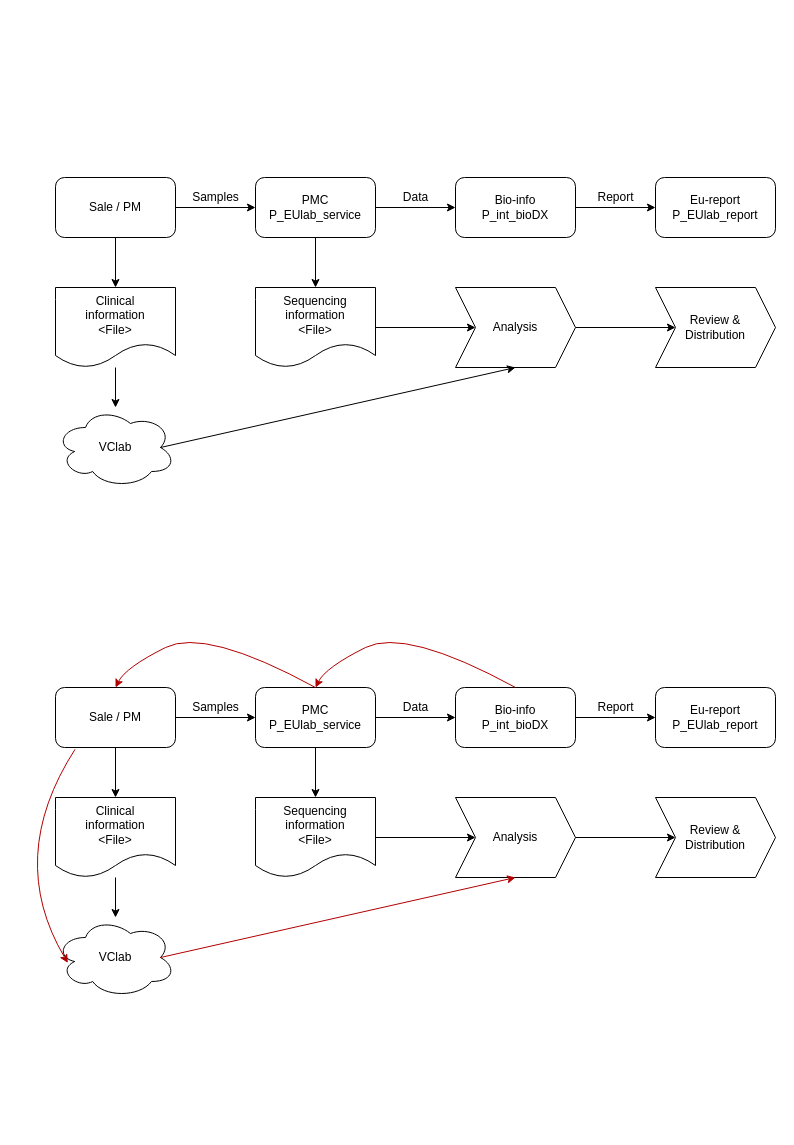
Before: 未命名绘图.drawio in WilliamCharlieBlue/DrawIO, a draw.io diagram. Source tidied: cells renumbered, new cells numbered last; positions are measured from the earlier drawing's top-left corner, leaving out a move shared by most shapes. Both pictures are drawn from the tidied source at 100%, with x=0, y=0 at pixel (5, 177).
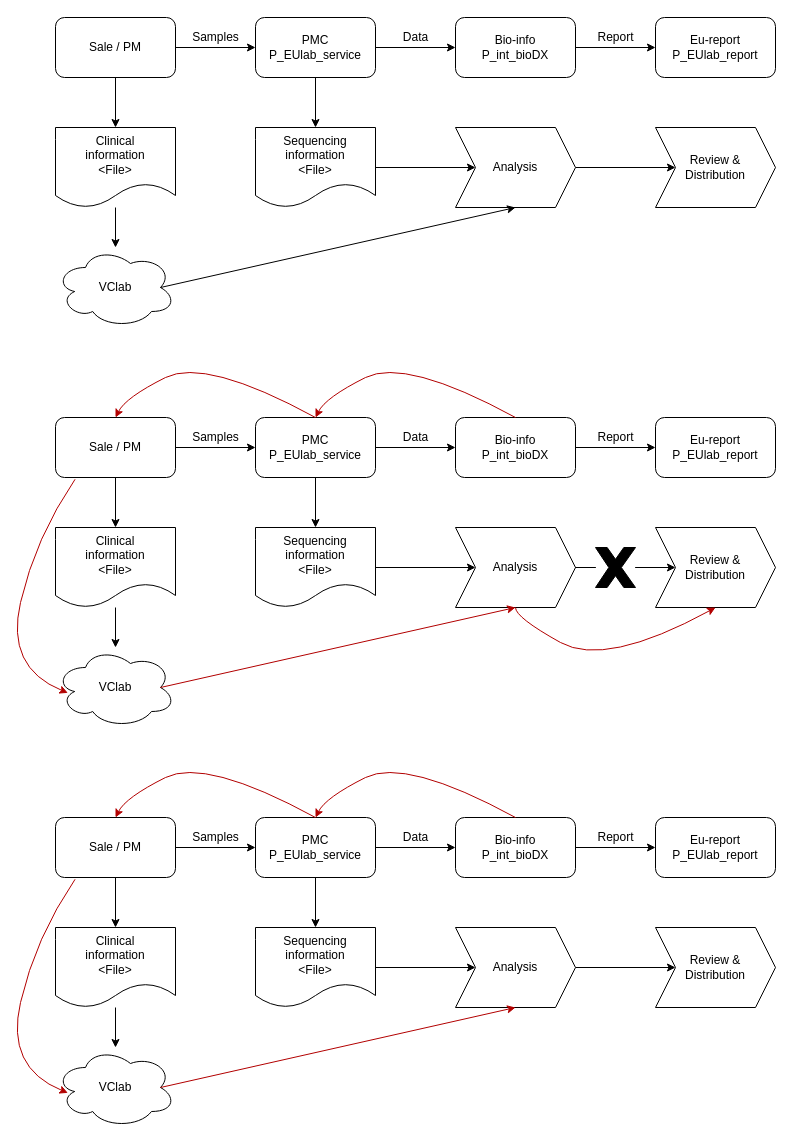
After the change.

Commit message:
更新未命名绘图.drawio

Diff of the diagram source:
```diff
@@
     <mxCell id="4" value="Sale / PM" style="rounded=1;whiteSpace=wrap;html=1;" parent="1" vertex="1">
-      <mxGeometry x="50" width="120" height="60" as="geometry" />
+      <mxGeometry x="50" y="-160" width="120" height="60" as="geometry" />
     </mxCell>
@@
     <mxCell id="7" value="PMC&lt;br&gt;P_EUlab_service" style="rounded=1;whiteSpace=wrap;html=1;" parent="1" vertex="1">
-      <mxGeometry x="250" width="120" height="60" as="geometry" />
+      <mxGeometry x="250" y="-160" width="120" height="60" as="geometry" />
     </mxCell>
@@
     <mxCell id="9" value="Bio-info&lt;br&gt;P_int_bioDX" style="rounded=1;whiteSpace=wrap;html=1;" parent="1" vertex="1">
-      <mxGeometry x="450" width="120" height="60" as="geometry" />
+      <mxGeometry x="450" y="-160" width="120" height="60" as="geometry" />
     </mxCell>
     <mxCell id="10" value="&lt;span lang=&quot;EN-US&quot;&gt;Eu-report&lt;br&gt;P_EUlab_report&lt;br&gt;&lt;/span&gt;" style="rounded=1;whiteSpace=wrap;html=1;" parent="1" vertex="1">
-      <mxGeometry x="650" width="120" height="60" as="geometry" />
+      <mxGeometry x="650" y="-160" width="120" height="60" as="geometry" />
     </mxCell>
@@
     <mxCell id="12" value="&lt;div&gt;Sequencing&lt;/div&gt;&lt;div&gt;information&lt;/div&gt;&lt;div&gt;&amp;lt;File&amp;gt;&lt;/div&gt;" style="shape=document;whiteSpace=wrap;html=1;boundedLbl=1;" parent="1" vertex="1">
-      <mxGeometry x="250" y="110" width="120" height="80" as="geometry" />
+      <mxGeometry x="250" y="-50" width="120" height="80" as="geometry" />
     </mxCell>
@@
     <mxCell id="14" value="&lt;div&gt;Clinical&lt;/div&gt;&lt;div&gt;information&lt;/div&gt;&lt;div&gt;&amp;lt;File&amp;gt;&lt;br&gt;&lt;/div&gt;" style="shape=document;whiteSpace=wrap;html=1;boundedLbl=1;" parent="1" vertex="1">
-      <mxGeometry x="50" y="110" width="120" height="80" as="geometry" />
+      <mxGeometry x="50" y="-50" width="120" height="80" as="geometry" />
     </mxCell>
     <mxCell id="15" value="VClab" style="ellipse;shape=cloud;whiteSpace=wrap;html=1;" parent="1" vertex="1">
-      <mxGeometry x="50" y="230" width="120" height="80" as="geometry" />
+      <mxGeometry x="50" y="70" width="120" height="80" as="geometry" />
     </mxCell>
@@
     <mxCell id="17" value="Analysis" style="shape=step;perimeter=stepPerimeter;whiteSpace=wrap;html=1;fixedSize=1;" parent="1" vertex="1">
-      <mxGeometry x="450" y="110" width="120" height="80" as="geometry" />
+      <mxGeometry x="450" y="-50" width="120" height="80" as="geometry" />
     </mxCell>
@@
     <mxCell id="19" value="Samples" style="text;html=1;align=center;verticalAlign=middle;strokeColor=none;fillColor=none;" parent="1" vertex="1">
-      <mxGeometry x="175" y="5" width="70" height="30" as="geometry" />
+      <mxGeometry x="175" y="-155" width="70" height="30" as="geometry" />
     </mxCell>
     <mxCell id="20" value="Data" style="text;html=1;align=center;verticalAlign=middle;strokeColor=none;fillColor=none;" parent="1" vertex="1">
-      <mxGeometry x="385" y="5" width="50" height="30" as="geometry" />
+      <mxGeometry x="385" y="-155" width="50" height="30" as="geometry" />
     </mxCell>
     <mxCell id="21" value="Report" style="text;html=1;align=center;verticalAlign=middle;strokeColor=none;fillColor=none;" parent="1" vertex="1">
-      <mxGeometry x="580" y="5" width="60" height="30" as="geometry" />
+      <mxGeometry x="580" y="-155" width="60" height="30" as="geometry" />
     </mxCell>
     <mxCell id="22" value="Review &amp;amp;&lt;br&gt;Distribution" style="shape=step;perimeter=stepPerimeter;whiteSpace=wrap;html=1;fixedSize=1;" parent="1" vertex="1">
-      <mxGeometry x="650" y="110" width="120" height="80" as="geometry" />
+      <mxGeometry x="650" y="-50" width="120" height="80" as="geometry" />
     </mxCell>
@@
     <mxCell id="25" value="Sale / PM" style="rounded=1;whiteSpace=wrap;html=1;" parent="1" vertex="1">
-      <mxGeometry x="50" y="510" width="120" height="60" as="geometry" />
+      <mxGeometry x="50" y="240" width="120" height="60" as="geometry" />
     </mxCell>
@@
     <mxCell id="28" value="PMC&lt;br&gt;P_EUlab_service" style="rounded=1;whiteSpace=wrap;html=1;" parent="1" vertex="1">
-      <mxGeometry x="250" y="510" width="120" height="60" as="geometry" />
+      <mxGeometry x="250" y="240" width="120" height="60" as="geometry" />
     </mxCell>
@@
     <mxCell id="30" value="Bio-info&lt;br&gt;P_int_bioDX" style="rounded=1;whiteSpace=wrap;html=1;" parent="1" vertex="1">
-      <mxGeometry x="450" y="510" width="120" height="60" as="geometry" />
+      <mxGeometry x="450" y="240" width="120" height="60" as="geometry" />
     </mxCell>
     <mxCell id="31" value="&lt;span lang=&quot;EN-US&quot;&gt;Eu-report&lt;br&gt;P_EUlab_report&lt;br&gt;&lt;/span&gt;" style="rounded=1;whiteSpace=wrap;html=1;" parent="1" vertex="1">
-      <mxGeometry x="650" y="510" width="120" height="60" as="geometry" />
+      <mxGeometry x="650" y="240" width="120" height="60" as="geometry" />
     </mxCell>
@@
     <mxCell id="33" value="&lt;div&gt;Sequencing&lt;/div&gt;&lt;div&gt;information&lt;/div&gt;&lt;div&gt;&amp;lt;File&amp;gt;&lt;/div&gt;" style="shape=document;whiteSpace=wrap;html=1;boundedLbl=1;" parent="1" vertex="1">
-      <mxGeometry x="250" y="620" width="120" height="80" as="geometry" />
+      <mxGeometry x="250" y="350" width="120" height="80" as="geometry" />
     </mxCell>
@@
     <mxCell id="35" value="&lt;div&gt;Clinical&lt;/div&gt;&lt;div&gt;information&lt;/div&gt;&lt;div&gt;&amp;lt;File&amp;gt;&lt;br&gt;&lt;/div&gt;" style="shape=document;whiteSpace=wrap;html=1;boundedLbl=1;" parent="1" vertex="1">
-      <mxGeometry x="50" y="620" width="120" height="80" as="geometry" />
+      <mxGeometry x="50" y="350" width="120" height="80" as="geometry" />
     </mxCell>
     <mxCell id="36" value="VClab" style="ellipse;shape=cloud;whiteSpace=wrap;html=1;" parent="1" vertex="1">
-      <mxGeometry x="50" y="740" width="120" height="80" as="geometry" />
+      <mxGeometry x="50" y="470" width="120" height="80" as="geometry" />
     </mxCell>
-    <mxCell id="37" style="edgeStyle=orthogonalEdgeStyle;rounded=0;jettySize=auto;html=1;entryX=0;entryY=0.5;entryDx=0;entryDy=0;" parent="1" edge="1" source="38" target="43">
+    <mxCell id="37" style="edgeStyle=orthogonalEdgeStyle;rounded=0;jettySize=auto;html=1;entryX=0;entryY=0.5;entryDx=0;entryDy=0;startArrow=none;" parent="1" edge="1" source="71" target="43">
       <mxGeometry relative="1" as="geometry" />
     </mxCell>
     <mxCell id="38" value="Analysis" style="shape=step;perimeter=stepPerimeter;whiteSpace=wrap;html=1;fixedSize=1;" parent="1" vertex="1">
-      <mxGeometry x="450" y="620" width="120" height="80" as="geometry" />
+      <mxGeometry x="450" y="350" width="120" height="80" as="geometry" />
     </mxCell>
@@
     <mxCell id="40" value="Samples" style="text;html=1;align=center;verticalAlign=middle;strokeColor=none;fillColor=none;" parent="1" vertex="1">
-      <mxGeometry x="175" y="515" width="70" height="30" as="geometry" />
+      <mxGeometry x="175" y="245" width="70" height="30" as="geometry" />
     </mxCell>
     <mxCell id="41" value="Data" style="text;html=1;align=center;verticalAlign=middle;strokeColor=none;fillColor=none;" parent="1" vertex="1">
-      <mxGeometry x="385" y="515" width="50" height="30" as="geometry" />
+      <mxGeometry x="385" y="245" width="50" height="30" as="geometry" />
     </mxCell>
     <mxCell id="42" value="Report" style="text;html=1;align=center;verticalAlign=middle;strokeColor=none;fillColor=none;" parent="1" vertex="1">
-      <mxGeometry x="580" y="515" width="60" height="30" as="geometry" />
+      <mxGeometry x="580" y="245" width="60" height="30" as="geometry" />
     </mxCell>
     <mxCell id="43" value="Review &amp;amp;&lt;br&gt;Distribution" style="shape=step;perimeter=stepPerimeter;whiteSpace=wrap;html=1;fixedSize=1;" parent="1" vertex="1">
-      <mxGeometry x="650" y="620" width="120" height="80" as="geometry" />
+      <mxGeometry x="650" y="350" width="120" height="80" as="geometry" />
     </mxCell>
     <mxCell id="44" style="curved=1;endArrow=classic;html=1;rounded=0;exitX=0.5;exitY=0;exitDx=0;exitDy=0;entryX=0.5;entryY=0;entryDx=0;entryDy=0;fillColor=#e51400;strokeColor=#B20000;" parent="1" edge="1" source="30" target="28">
       <mxGeometry relative="1" as="geometry">
         <Array as="points">
-          <mxPoint x="400" y="450" />
-          <mxPoint x="320" y="490" />
+          <mxPoint x="400" y="180" />
+          <mxPoint x="320" y="220" />
         </Array>
       </mxGeometry>
     </mxCell>
     <mxCell id="45" style="curved=1;endArrow=classic;html=1;rounded=0;exitX=0.5;exitY=0;exitDx=0;exitDy=0;entryX=0.5;entryY=0;entryDx=0;entryDy=0;fillColor=#e51400;strokeColor=#B20000;" parent="1" edge="1">
       <mxGeometry relative="1" as="geometry">
-        <mxPoint x="310" y="510" as="sourcePoint" />
-        <mxPoint x="110" y="510" as="targetPoint" />
+        <mxPoint x="310" y="240" as="sourcePoint" />
+        <mxPoint x="110" y="240" as="targetPoint" />
         <Array as="points">
-          <mxPoint x="200" y="450" />
-          <mxPoint x="120" y="490" />
+          <mxPoint x="200" y="180" />
+          <mxPoint x="120" y="220" />
         </Array>
       </mxGeometry>
     </mxCell>
     <mxCell id="46" style="curved=1;endArrow=classic;html=1;rounded=0;entryX=0.103;entryY=0.567;entryDx=0;entryDy=0;entryPerimeter=0;exitX=0.163;exitY=1.03;exitDx=0;exitDy=0;exitPerimeter=0;fillColor=#e51400;strokeColor=#B20000;" parent="1" edge="1" source="25" target="36">
       <mxGeometry relative="1" as="geometry">
         <Array as="points">
-          <mxPoint y="680" />
+          <mxPoint x="30" y="360" />
+          <mxPoint y="490" />
         </Array>
       </mxGeometry>
     </mxCell>
+    <mxCell id="47" style="edgeStyle=orthogonalEdgeStyle;rounded=0;jettySize=auto;html=1;" parent="1" edge="1" source="49" target="52">
+      <mxGeometry relative="1" as="geometry" />
+    </mxCell>
+    <mxCell id="48" style="edgeStyle=orthogonalEdgeStyle;rounded=0;jettySize=auto;html=1;" parent="1" edge="1" source="49" target="59">
+      <mxGeometry relative="1" as="geometry" />
+    </mxCell>
+    <mxCell id="49" value="Sale / PM" style="rounded=1;whiteSpace=wrap;html=1;" parent="1" vertex="1">
+      <mxGeometry x="50" y="640" width="120" height="60" as="geometry" />
+    </mxCell>
+    <mxCell id="50" style="edgeStyle=orthogonalEdgeStyle;rounded=0;jettySize=auto;html=1;" parent="1" edge="1" source="52" target="54">
+      <mxGeometry relative="1" as="geometry" />
+    </mxCell>
+    <mxCell id="51" style="edgeStyle=orthogonalEdgeStyle;rounded=0;jettySize=auto;html=1;" parent="1" edge="1" source="52" target="57">
+      <mxGeometry relative="1" as="geometry" />
+    </mxCell>
+    <mxCell id="52" value="PMC&lt;br&gt;P_EUlab_service" style="rounded=1;whiteSpace=wrap;html=1;" parent="1" vertex="1">
+      <mxGeometry x="250" y="640" width="120" height="60" as="geometry" />
+    </mxCell>
+    <mxCell id="53" style="edgeStyle=orthogonalEdgeStyle;rounded=0;jettySize=auto;html=1;" parent="1" edge="1" source="54" target="55">
+      <mxGeometry relative="1" as="geometry" />
+    </mxCell>
+    <mxCell id="54" value="Bio-info&lt;br&gt;P_int_bioDX" style="rounded=1;whiteSpace=wrap;html=1;" parent="1" vertex="1">
+      <mxGeometry x="450" y="640" width="120" height="60" as="geometry" />
+    </mxCell>
+    <mxCell id="55" value="&lt;span lang=&quot;EN-US&quot;&gt;Eu-report&lt;br&gt;P_EUlab_report&lt;br&gt;&lt;/span&gt;" style="rounded=1;whiteSpace=wrap;html=1;" parent="1" vertex="1">
+      <mxGeometry x="650" y="640" width="120" height="60" as="geometry" />
+    </mxCell>
+    <mxCell id="56" style="edgeStyle=orthogonalEdgeStyle;rounded=0;jettySize=auto;html=1;" parent="1" edge="1" source="57" target="62">
+      <mxGeometry relative="1" as="geometry" />
+    </mxCell>
+    <mxCell id="57" value="&lt;div&gt;Sequencing&lt;/div&gt;&lt;div&gt;information&lt;/div&gt;&lt;div&gt;&amp;lt;File&amp;gt;&lt;/div&gt;" style="shape=document;whiteSpace=wrap;html=1;boundedLbl=1;" parent="1" vertex="1">
+      <mxGeometry x="250" y="750" width="120" height="80" as="geometry" />
+    </mxCell>
+    <mxCell id="58" style="edgeStyle=orthogonalEdgeStyle;rounded=0;jettySize=auto;html=1;" parent="1" edge="1" source="59" target="60">
+      <mxGeometry relative="1" as="geometry" />
+    </mxCell>
+    <mxCell id="59" value="&lt;div&gt;Clinical&lt;/div&gt;&lt;div&gt;information&lt;/div&gt;&lt;div&gt;&amp;lt;File&amp;gt;&lt;br&gt;&lt;/div&gt;" style="shape=document;whiteSpace=wrap;html=1;boundedLbl=1;" parent="1" vertex="1">
+      <mxGeometry x="50" y="750" width="120" height="80" as="geometry" />
+    </mxCell>
+    <mxCell id="60" value="VClab" style="ellipse;shape=cloud;whiteSpace=wrap;html=1;" parent="1" vertex="1">
+      <mxGeometry x="50" y="870" width="120" height="80" as="geometry" />
+    </mxCell>
+    <mxCell id="61" style="edgeStyle=orthogonalEdgeStyle;rounded=0;jettySize=auto;html=1;entryX=0;entryY=0.5;entryDx=0;entryDy=0;" parent="1" edge="1" source="62" target="67">
+      <mxGeometry relative="1" as="geometry" />
+    </mxCell>
+    <mxCell id="62" value="Analysis" style="shape=step;perimeter=stepPerimeter;whiteSpace=wrap;html=1;fixedSize=1;" parent="1" vertex="1">
+      <mxGeometry x="450" y="750" width="120" height="80" as="geometry" />
+    </mxCell>
+    <mxCell id="63" style="endArrow=classic;html=1;rounded=0;exitX=0.875;exitY=0.5;exitDx=0;exitDy=0;exitPerimeter=0;entryX=0.5;entryY=1;entryDx=0;entryDy=0;fillColor=#e51400;strokeColor=#B20000;" parent="1" edge="1" source="60" target="62">
+      <mxGeometry relative="1" as="geometry" />
+    </mxCell>
+    <mxCell id="64" value="Samples" style="text;html=1;align=center;verticalAlign=middle;strokeColor=none;fillColor=none;" parent="1" vertex="1">
+      <mxGeometry x="175" y="645" width="70" height="30" as="geometry" />
+    </mxCell>
+    <mxCell id="65" value="Data" style="text;html=1;align=center;verticalAlign=middle;strokeColor=none;fillColor=none;" parent="1" vertex="1">
+      <mxGeometry x="385" y="645" width="50" height="30" as="geometry" />
+    </mxCell>
+    <mxCell id="66" value="Report" style="text;html=1;align=center;verticalAlign=middle;strokeColor=none;fillColor=none;" parent="1" vertex="1">
+      <mxGeometry x="580" y="645" width="60" height="30" as="geometry" />
+    </mxCell>
+    <mxCell id="67" value="Review &amp;amp;&lt;br&gt;Distribution" style="shape=step;perimeter=stepPerimeter;whiteSpace=wrap;html=1;fixedSize=1;" parent="1" vertex="1">
+      <mxGeometry x="650" y="750" width="120" height="80" as="geometry" />
+    </mxCell>
+    <mxCell id="68" style="curved=1;endArrow=classic;html=1;rounded=0;exitX=0.5;exitY=0;exitDx=0;exitDy=0;entryX=0.5;entryY=0;entryDx=0;entryDy=0;fillColor=#e51400;strokeColor=#B20000;" parent="1" edge="1" source="54" target="52">
+      <mxGeometry relative="1" as="geometry">
+        <Array as="points">
+          <mxPoint x="400" y="580" />
+          <mxPoint x="320" y="620" />
+        </Array>
+      </mxGeometry>
+    </mxCell>
+    <mxCell id="69" style="curved=1;endArrow=classic;html=1;rounded=0;exitX=0.5;exitY=0;exitDx=0;exitDy=0;entryX=0.5;entryY=0;entryDx=0;entryDy=0;fillColor=#e51400;strokeColor=#B20000;" parent="1" edge="1">
+      <mxGeometry relative="1" as="geometry">
+        <mxPoint x="310" y="640" as="sourcePoint" />
+        <mxPoint x="110" y="640" as="targetPoint" />
+        <Array as="points">
+          <mxPoint x="200" y="580" />
+          <mxPoint x="120" y="620" />
+        </Array>
+      </mxGeometry>
+    </mxCell>
+    <mxCell id="70" style="curved=1;endArrow=classic;html=1;rounded=0;entryX=0.103;entryY=0.567;entryDx=0;entryDy=0;entryPerimeter=0;exitX=0.163;exitY=1.03;exitDx=0;exitDy=0;exitPerimeter=0;fillColor=#e51400;strokeColor=#B20000;" parent="1" edge="1" source="49" target="60">
+      <mxGeometry relative="1" as="geometry">
+        <Array as="points">
+          <mxPoint x="30" y="760" />
+          <mxPoint y="890" />
+        </Array>
+      </mxGeometry>
+    </mxCell>
+    <mxCell id="71" style="verticalLabelPosition=bottom;verticalAlign=top;html=1;shape=mxgraph.basic.x;fillColor=#000000;" parent="1" vertex="1">
+      <mxGeometry x="590" y="370" width="40" height="40" as="geometry" />
+    </mxCell>
+    <mxCell id="72" style="edgeStyle=orthogonalEdgeStyle;rounded=0;jettySize=auto;html=1;entryX=0;entryY=0.5;entryDx=0;entryDy=0;endArrow=none;" parent="1" edge="1" source="38" target="71">
+      <mxGeometry relative="1" as="geometry" />
+    </mxCell>
+    <mxCell id="73" style="curved=1;endArrow=classic;html=1;rounded=0;entryX=0.5;entryY=1;entryDx=0;entryDy=0;fillColor=#e51400;strokeColor=#B20000;" parent="1" edge="1" target="43">
+      <mxGeometry relative="1" as="geometry">
+        <mxPoint x="510" y="430" as="sourcePoint" />
+        <Array as="points">
+          <mxPoint x="510" y="440" />
+          <mxPoint x="600" y="490" />
+        </Array>
+      </mxGeometry>
+    </mxCell>
```
